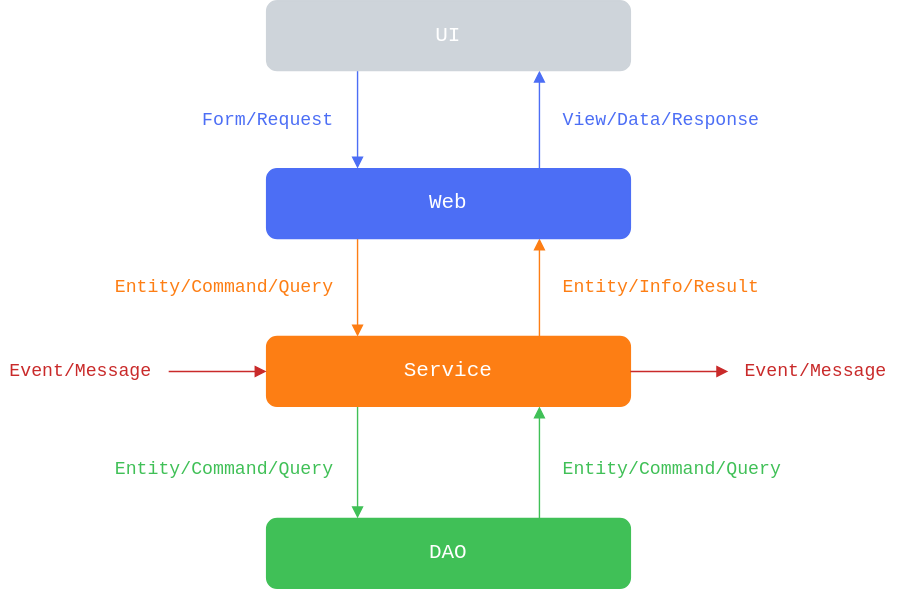
Above: docs/hierarchical-domain-model-specification.drawio.svg in acomma/duck (draw.io), before the change. Source tidied: cells renumbered, new cells last; positions are measured from the earlier drawing's top-left corner, leaving out a move shared by most shapes. Source of this version:
```xml
<mxGraphModel>
  <root>
    <mxCell id="0" />
    <mxCell id="1" parent="0" />
    <mxCell id="2" style="edgeStyle=none;html=1;exitX=0.25;exitY=1;exitDx=0;exitDy=0;entryX=0.25;entryY=0;entryDx=0;entryDy=0;strokeColor=#4C6EF5;endArrow=block;endFill=1;" parent="1" edge="1" source="4" target="7">
      <mxGeometry relative="1" as="geometry" />
    </mxCell>
    <mxCell id="3" style="edgeStyle=none;html=1;exitX=0.75;exitY=1;exitDx=0;exitDy=0;entryX=0.75;entryY=0;entryDx=0;entryDy=0;strokeColor=#4C6EF5;endArrow=none;endFill=0;startArrow=block;startFill=1;" parent="1" edge="1" source="4" target="7">
      <mxGeometry relative="1" as="geometry" />
    </mxCell>
    <mxCell id="4" value="UI" style="rounded=1;whiteSpace=wrap;html=1;fillColor=#ced4da;strokeColor=#CED4DA;fontColor=#FFFFFF;fontFamily=Courier New;fontSize=15;" parent="1" vertex="1">
      <mxGeometry x="190" width="260" height="50" as="geometry" />
    </mxCell>
    <mxCell id="5" style="edgeStyle=none;html=1;exitX=0.25;exitY=1;exitDx=0;exitDy=0;entryX=0.25;entryY=0;entryDx=0;entryDy=0;strokeColor=#FD7E14;endArrow=block;endFill=1;" parent="1" edge="1" source="7" target="10">
      <mxGeometry relative="1" as="geometry" />
    </mxCell>
    <mxCell id="6" style="edgeStyle=none;html=1;exitX=0.75;exitY=1;exitDx=0;exitDy=0;entryX=0.75;entryY=0;entryDx=0;entryDy=0;strokeColor=#FD7E14;endArrow=none;endFill=0;startArrow=block;startFill=1;" parent="1" edge="1" source="7" target="10">
      <mxGeometry relative="1" as="geometry" />
    </mxCell>
    <mxCell id="7" value="Web" style="rounded=1;whiteSpace=wrap;html=1;fillColor=#4c6ef5;strokeColor=#4C6EF5;fontColor=#FFFFFF;fontFamily=Courier New;fontSize=15;" parent="1" vertex="1">
      <mxGeometry x="190" y="120" width="260" height="50" as="geometry" />
    </mxCell>
    <mxCell id="8" style="edgeStyle=none;html=1;exitX=0.25;exitY=1;exitDx=0;exitDy=0;entryX=0.25;entryY=0;entryDx=0;entryDy=0;strokeColor=#40C057;endArrow=block;endFill=1;" parent="1" edge="1" source="10" target="11">
      <mxGeometry relative="1" as="geometry" />
    </mxCell>
    <mxCell id="9" style="edgeStyle=none;html=1;exitX=0.75;exitY=1;exitDx=0;exitDy=0;entryX=0.75;entryY=0;entryDx=0;entryDy=0;strokeColor=#40C057;endArrow=none;endFill=0;startArrow=block;startFill=1;" parent="1" edge="1" source="10" target="11">
      <mxGeometry relative="1" as="geometry" />
    </mxCell>
    <mxCell id="10" value="Service" style="rounded=1;whiteSpace=wrap;html=1;fillColor=#fd7e14;strokeColor=#FD7E14;fontColor=#FFFFFF;fontFamily=Courier New;fontSize=15;" parent="1" vertex="1">
      <mxGeometry x="190" y="240" width="260" height="50" as="geometry" />
    </mxCell>
    <mxCell id="11" value="DAO" style="rounded=1;whiteSpace=wrap;html=1;fillColor=#40c057;strokeColor=#40C057;fontColor=#FFFFFF;fontFamily=Courier New;fontSize=15;" parent="1" vertex="1">
      <mxGeometry x="190" y="370" width="260" height="50" as="geometry" />
    </mxCell>
    <mxCell id="12" style="endArrow=block;html=1;entryX=0;entryY=0.5;entryDx=0;entryDy=0;strokeColor=#C92A2A;endFill=1;" parent="1" edge="1" target="10">
      <mxGeometry relative="1" as="geometry">
        <mxPoint x="120" y="265" as="sourcePoint" />
      </mxGeometry>
    </mxCell>
    <mxCell id="13" style="endArrow=block;html=1;exitX=1;exitY=0.5;exitDx=0;exitDy=0;strokeColor=#C92A2A;endFill=1;" parent="1" edge="1" source="10">
      <mxGeometry relative="1" as="geometry">
        <mxPoint x="520" y="265" as="targetPoint" />
      </mxGeometry>
    </mxCell>
    <mxCell id="14" value="Form/Request" style="text;html=1;strokeColor=none;fillColor=none;align=right;verticalAlign=middle;whiteSpace=wrap;rounded=0;fontColor=#4C6EF5;fontFamily=Courier New;fontSize=13;" parent="1" vertex="1">
      <mxGeometry x="140" y="70" width="100" height="30" as="geometry" />
    </mxCell>
    <mxCell id="15" value="View/Data/Response" style="text;html=1;strokeColor=none;fillColor=none;align=left;verticalAlign=middle;whiteSpace=wrap;rounded=0;fontColor=#4C6EF5;fontFamily=Courier New;fontSize=13;" parent="1" vertex="1">
      <mxGeometry x="400" y="70" width="150" height="30" as="geometry" />
    </mxCell>
    <mxCell id="16" value="Entity/Command/Query" style="text;html=1;strokeColor=none;fillColor=none;align=right;verticalAlign=middle;whiteSpace=wrap;rounded=0;fontColor=#FD7E14;fontFamily=Courier New;fontSize=13;" parent="1" vertex="1">
      <mxGeometry x="70" y="190" width="170" height="30" as="geometry" />
    </mxCell>
    <mxCell id="17" value="Entity/Info/Result" style="text;html=1;strokeColor=none;fillColor=none;align=left;verticalAlign=middle;whiteSpace=wrap;rounded=0;fontColor=#FD7E14;fontFamily=Courier New;fontSize=13;" parent="1" vertex="1">
      <mxGeometry x="400" y="190" width="150" height="30" as="geometry" />
    </mxCell>
    <mxCell id="18" value="Event/Message" style="text;html=1;strokeColor=none;fillColor=none;align=right;verticalAlign=middle;whiteSpace=wrap;rounded=0;fontColor=#c92a2a;fontFamily=Courier New;fontSize=13;" parent="1" vertex="1">
      <mxGeometry y="250" width="110" height="30" as="geometry" />
    </mxCell>
    <mxCell id="19" value="Event/Message" style="text;html=1;strokeColor=none;fillColor=none;align=left;verticalAlign=middle;whiteSpace=wrap;rounded=0;fontColor=#c92a2a;fontFamily=Courier New;fontSize=13;" parent="1" vertex="1">
      <mxGeometry x="530" y="250" width="110" height="30" as="geometry" />
    </mxCell>
    <mxCell id="20" value="Entity/Command/Query" style="text;html=1;strokeColor=none;fillColor=none;align=right;verticalAlign=middle;whiteSpace=wrap;rounded=0;fontColor=#40C057;fontFamily=Courier New;fontSize=13;" parent="1" vertex="1">
      <mxGeometry x="70" y="320" width="170" height="30" as="geometry" />
    </mxCell>
    <mxCell id="21" value="Entity/Command/Query" style="text;html=1;strokeColor=none;fillColor=none;align=left;verticalAlign=middle;whiteSpace=wrap;rounded=0;fontColor=#40C057;fontFamily=Courier New;fontSize=13;" parent="1" vertex="1">
      <mxGeometry x="400" y="320" width="170" height="30" as="geometry" />
    </mxCell>
  </root>
</mxGraphModel>
```
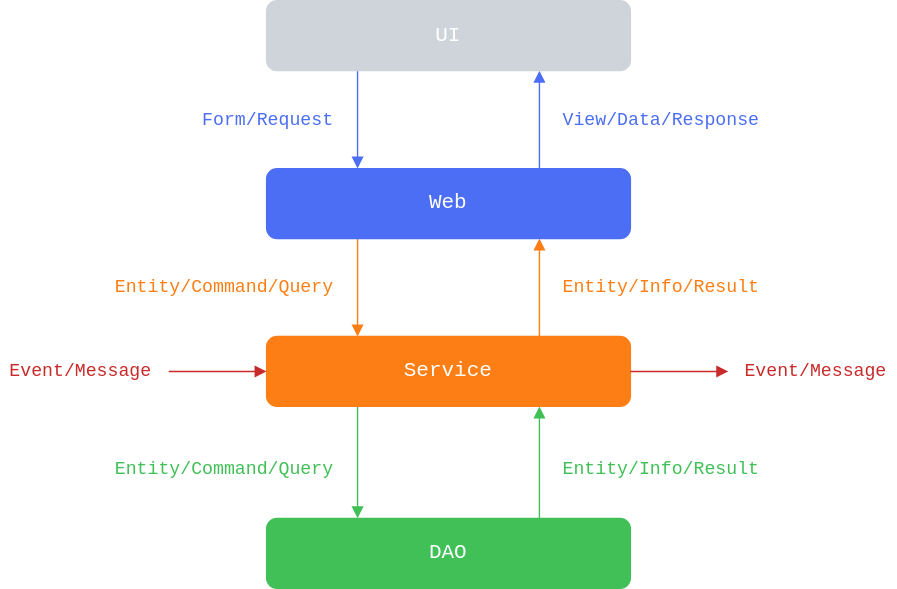
After the commit.

Commit message:
docs: 图片文字错误

The edit, as a diff of the source:
```diff
@@ -63,8 +63,8 @@
     <mxCell id="20" value="Entity/Command/Query" style="text;html=1;strokeColor=none;fillColor=none;align=right;verticalAlign=middle;whiteSpace=wrap;rounded=0;fontColor=#40C057;fontFamily=Courier New;fontSize=13;" parent="1" vertex="1">
       <mxGeometry x="70" y="320" width="170" height="30" as="geometry" />
     </mxCell>
-    <mxCell id="21" value="Entity/Command/Query" style="text;html=1;strokeColor=none;fillColor=none;align=left;verticalAlign=middle;whiteSpace=wrap;rounded=0;fontColor=#40C057;fontFamily=Courier New;fontSize=13;" parent="1" vertex="1">
-      <mxGeometry x="400" y="320" width="170" height="30" as="geometry" />
+    <mxCell id="21" value="Entity/Info/Result" style="text;html=1;strokeColor=none;fillColor=none;align=left;verticalAlign=middle;whiteSpace=wrap;rounded=0;fontColor=#40C057;fontFamily=Courier New;fontSize=13;" parent="1" vertex="1">
+      <mxGeometry x="400" y="320" width="150" height="30" as="geometry" />
     </mxCell>
   </root>
 </mxGraphModel>
```
